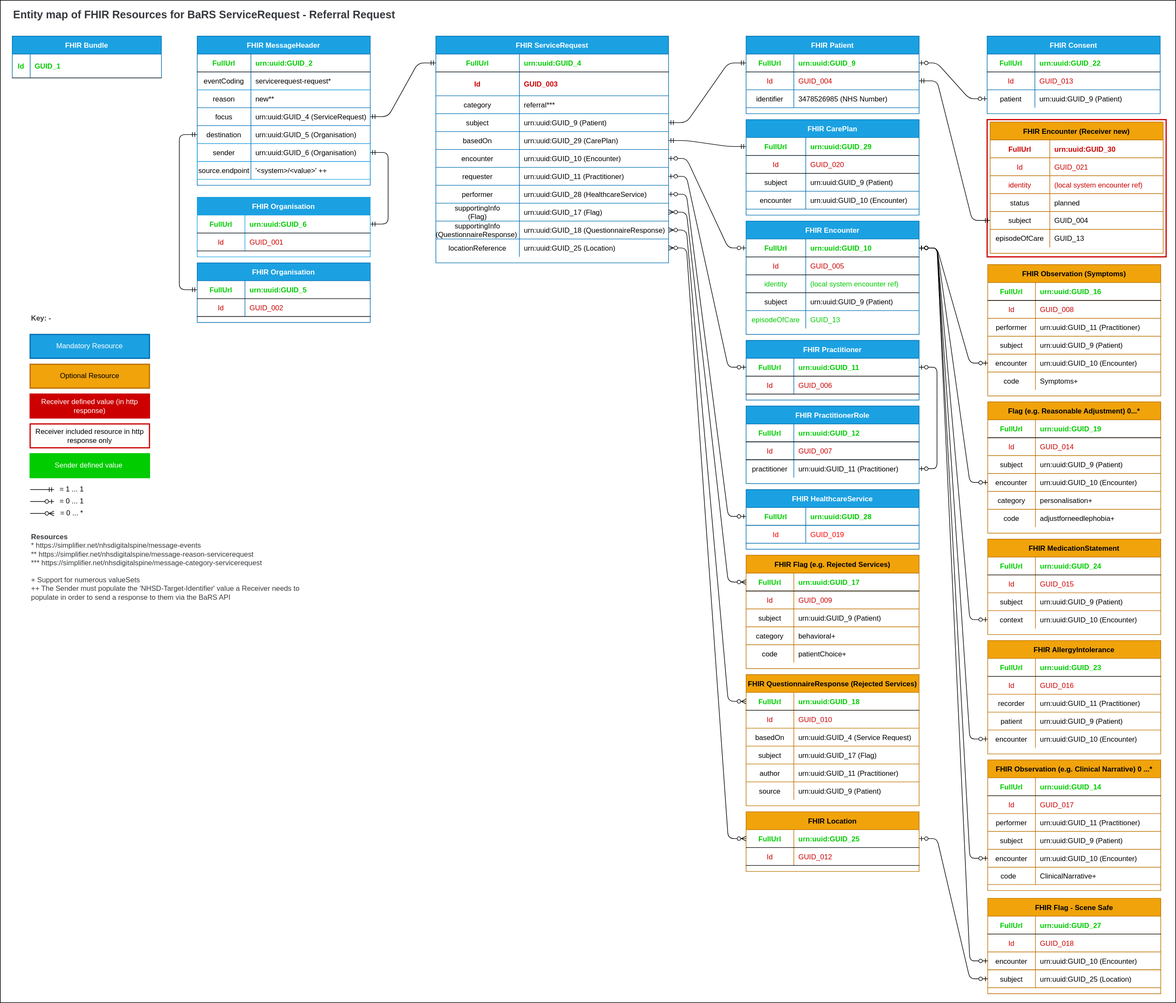
Above: src/images/EntityMaps/EntityMapReferralRequest-1.0.0.svg in NHSDigital/booking-and-referral-media (draw.io), before the change. Source tidied: cells renumbered, new cells last; positions are measured from the earlier drawing's top-left corner, leaving out a move shared by most shapes.
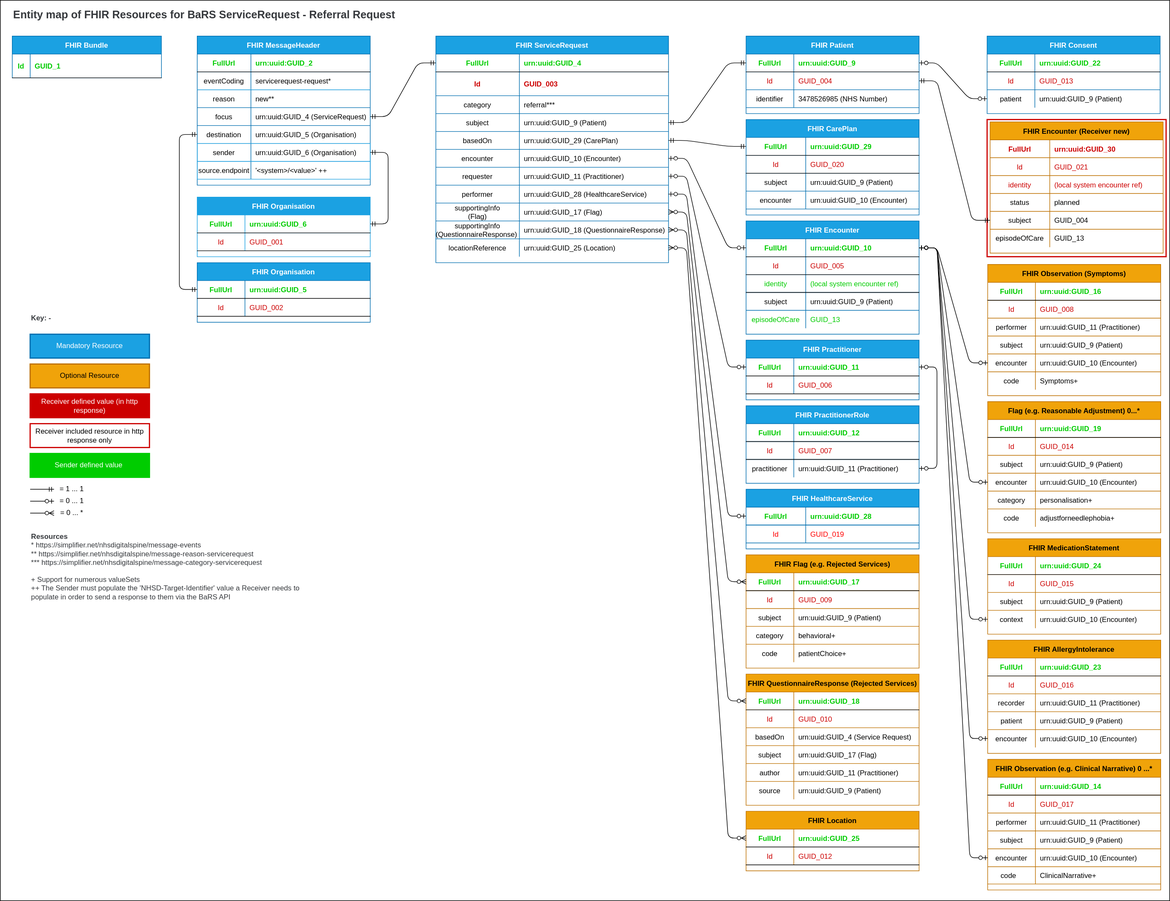
The same diagram one commit later.

Commit message:
ERD consistency updates

Updated Booking and Referral ERDs to reflect the latest documentation

The edit, as a diff of the source:
```diff
@@ -3,7 +3,7 @@
     <mxCell id="0" />
     <mxCell id="1" parent="0" />
     <mxCell id="2" style="rounded=0;whiteSpace=wrap;html=1;" parent="1" vertex="1">
-      <mxGeometry width="1970" height="1680" as="geometry" />
+      <mxGeometry width="1960" height="1510" as="geometry" />
     </mxCell>
     <mxCell id="3" value="FHIR Bundle" style="shape=table;startSize=30;rowLines=0;fontStyle=1;align=center;fillColor=#1ba1e2;strokeColor=#006EAF;fontColor=#ffffff;" parent="1" vertex="1">
       <mxGeometry x="20" y="60" width="250" height="70" as="geometry" />
@@ -881,48 +881,6 @@
     <mxCell id="288" value="= 0 ... 1" style="text;html=1;strokeColor=none;fillColor=none;align=center;verticalAlign=middle;whiteSpace=wrap;rounded=0;" parent="1" vertex="1">
       <mxGeometry x="90" y="830" width="60" height="20" as="geometry" />
     </mxCell>
-    <mxCell id="289" value="FHIR Flag - Scene Safe" style="shape=table;startSize=30;rowLines=1;fontStyle=1;align=center;fillColor=#f0a30a;strokeColor=#BD7000;fontColor=#000000;" parent="1" vertex="1">
-      <mxGeometry x="1655" y="1505" width="290" height="160" as="geometry" />
-    </mxCell>
-    <mxCell id="290" style="shape=partialRectangle;fillColor=none;top=0;left=0;right=0;bottom=1;" parent="289" vertex="1">
-      <mxGeometry y="30" width="290" height="30" as="geometry" />
-    </mxCell>
-    <mxCell id="291" value="FullUrl" style="shape=partialRectangle;overflow=hidden;fillColor=none;top=0;left=0;bottom=0;right=0;fontStyle=1;fontColor=#00CC00;" parent="290" vertex="1">
-      <mxGeometry width="80" height="30" as="geometry" />
-    </mxCell>
-    <mxCell id="292" value="urn:uuid:GUID_27" style="shape=partialRectangle;overflow=hidden;fillColor=none;top=0;left=0;bottom=0;right=0;align=left;spacingLeft=6;fontStyle=1;fontColor=#00CC00;" parent="290" vertex="1">
-      <mxGeometry x="80" width="210" height="30" as="geometry" />
-    </mxCell>
-    <mxCell id="293" style="shape=partialRectangle;fillColor=none;top=0;left=0;right=0;bottom=0;" parent="289" vertex="1">
-      <mxGeometry y="60" width="290" height="30" as="geometry" />
-    </mxCell>
-    <mxCell id="294" value="Id" style="shape=partialRectangle;overflow=hidden;fillColor=none;top=0;left=0;bottom=0;right=0;fontColor=#CC0000;" parent="293" vertex="1">
-      <mxGeometry width="80" height="30" as="geometry" />
-    </mxCell>
-    <mxCell id="295" value="GUID_018" style="shape=partialRectangle;overflow=hidden;fillColor=none;top=0;left=0;bottom=0;right=0;align=left;spacingLeft=6;fontColor=#CC0000;" parent="293" vertex="1">
-      <mxGeometry x="80" width="210" height="30" as="geometry" />
-    </mxCell>
-    <mxCell id="296" style="shape=partialRectangle;fillColor=none;points=[[0,0.5],[1,0.5]];portConstraint=eastwest;top=0;left=0;right=0;bottom=1;strokeColor=#BD7000;" parent="289" vertex="1">
-      <mxGeometry y="90" width="290" height="30" as="geometry" />
-    </mxCell>
-    <mxCell id="297" value="encounter" style="shape=partialRectangle;overflow=hidden;fillColor=none;top=0;left=0;bottom=0;right=0;" parent="296" vertex="1">
-      <mxGeometry width="80" height="30" as="geometry" />
-    </mxCell>
-    <mxCell id="298" value="urn:uuid:GUID_10 (Encounter)" style="shape=partialRectangle;overflow=hidden;fillColor=none;top=0;left=0;bottom=0;right=0;align=left;spacingLeft=6;" parent="296" vertex="1">
-      <mxGeometry x="80" width="210" height="30" as="geometry" />
-    </mxCell>
-    <mxCell id="299" style="shape=partialRectangle;fillColor=none;points=[[0,0.5],[1,0.5]];portConstraint=eastwest;top=0;left=0;right=0;bottom=1;strokeColor=#BD7000;" parent="289" vertex="1">
-      <mxGeometry y="120" width="290" height="30" as="geometry" />
-    </mxCell>
-    <mxCell id="300" value="subject" style="shape=partialRectangle;overflow=hidden;fillColor=none;top=0;left=0;bottom=0;right=0;" parent="299" vertex="1">
-      <mxGeometry width="80" height="30" as="geometry" />
-    </mxCell>
-    <mxCell id="301" value="urn:uuid:GUID_25 (Location)" style="shape=partialRectangle;overflow=hidden;fillColor=none;top=0;left=0;bottom=0;right=0;align=left;spacingLeft=6;" parent="299" vertex="1">
-      <mxGeometry x="80" width="210" height="30" as="geometry" />
-    </mxCell>
-    <mxCell id="302" style="edgeStyle=entityRelationEdgeStyle;endArrow=ERzeroToOne;startArrow=ERzeroToOne;endFill=0;startFill=0;jumpStyle=none;exitX=0;exitY=0.5;exitDx=0;exitDy=0;entryX=1;entryY=0.5;entryDx=0;entryDy=0;" parent="1" edge="1" source="299" target="268">
-      <mxGeometry relative="1" as="geometry" />
-    </mxCell>
     <mxCell id="303" value="FHIR HealthcareService" style="shape=table;startSize=30;rowLines=1;fontStyle=1;align=center;fillColor=#1ba1e2;strokeColor=#006EAF;fontColor=#ffffff;" parent="1" vertex="1">
       <mxGeometry x="1250" y="820" width="290" height="100" as="geometry" />
     </mxCell>
@@ -986,9 +944,6 @@
     <mxCell id="323" style="edgeStyle=entityRelationEdgeStyle;endArrow=ERmandOne;startArrow=ERmandOne;endFill=0;startFill=0;exitX=1;exitY=0.5;exitDx=0;exitDy=0;" parent="1" edge="1" source="56" target="311">
       <mxGeometry relative="1" as="geometry" />
     </mxCell>
-    <mxCell id="324" style="edgeStyle=entityRelationEdgeStyle;endArrow=ERzeroToOne;startArrow=ERzeroToOne;endFill=0;startFill=0;entryX=1;entryY=0.5;entryDx=0;entryDy=0;jumpStyle=none;exitX=0;exitY=0.5;exitDx=0;exitDy=0;" parent="1" edge="1" source="296" target="89">
-      <mxGeometry relative="1" as="geometry" />
-    </mxCell>
     <mxCell id="325" style="rounded=0;whiteSpace=wrap;html=1;fontColor=#CC0000;strokeColor=#CC0000;strokeWidth=2;" parent="1" vertex="1">
       <mxGeometry x="1654" y="200" width="300" height="230" as="geometry" />
     </mxCell>
```
